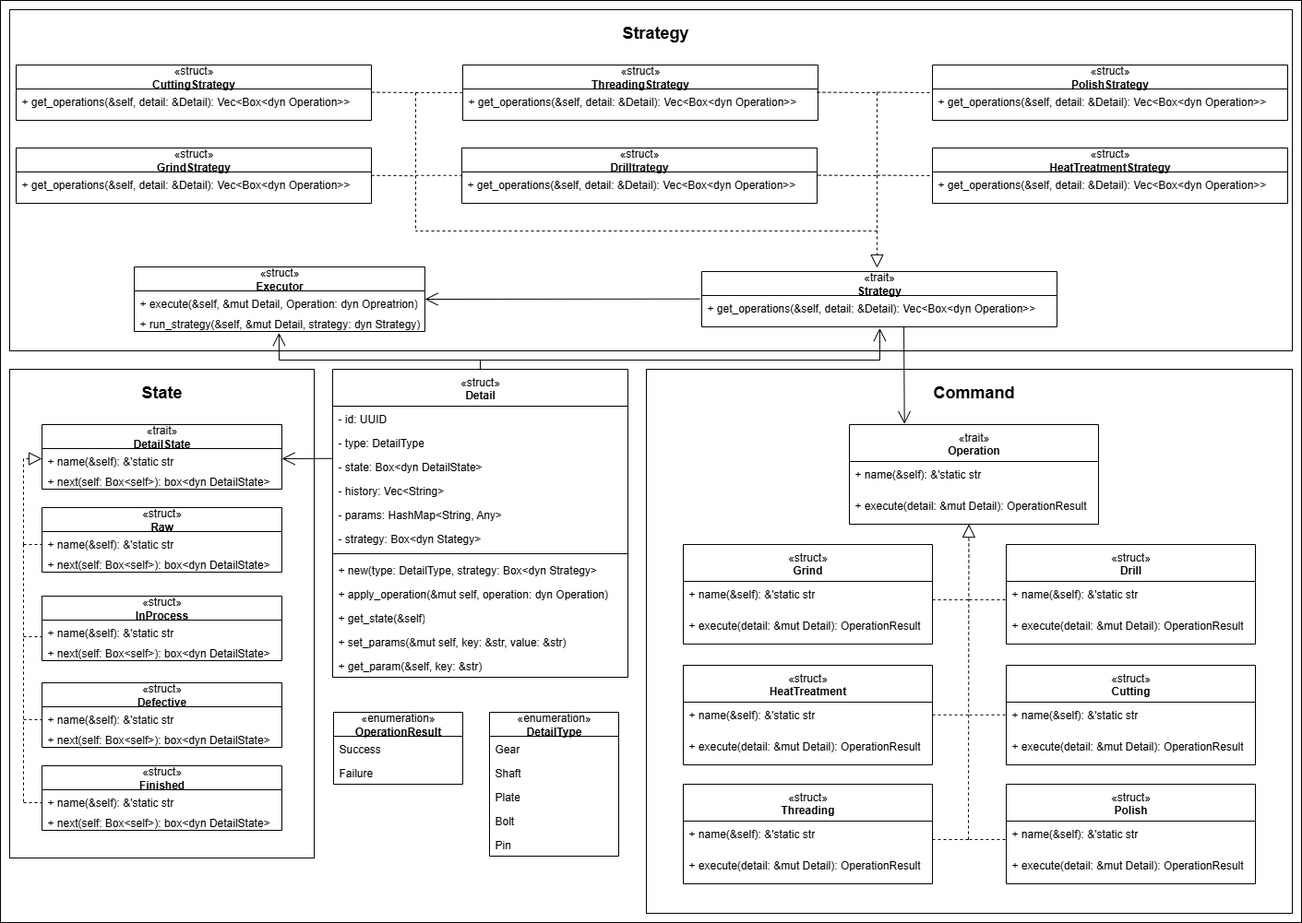
Before: docs/uml.png, a diagram exported from draw.io (SasunHuevich/lab-manufacturing-workflow). Source tidied: cells renumbered, new cells last; positions are measured from the earlier drawing's top-left corner, leaving out a move shared by most shapes.
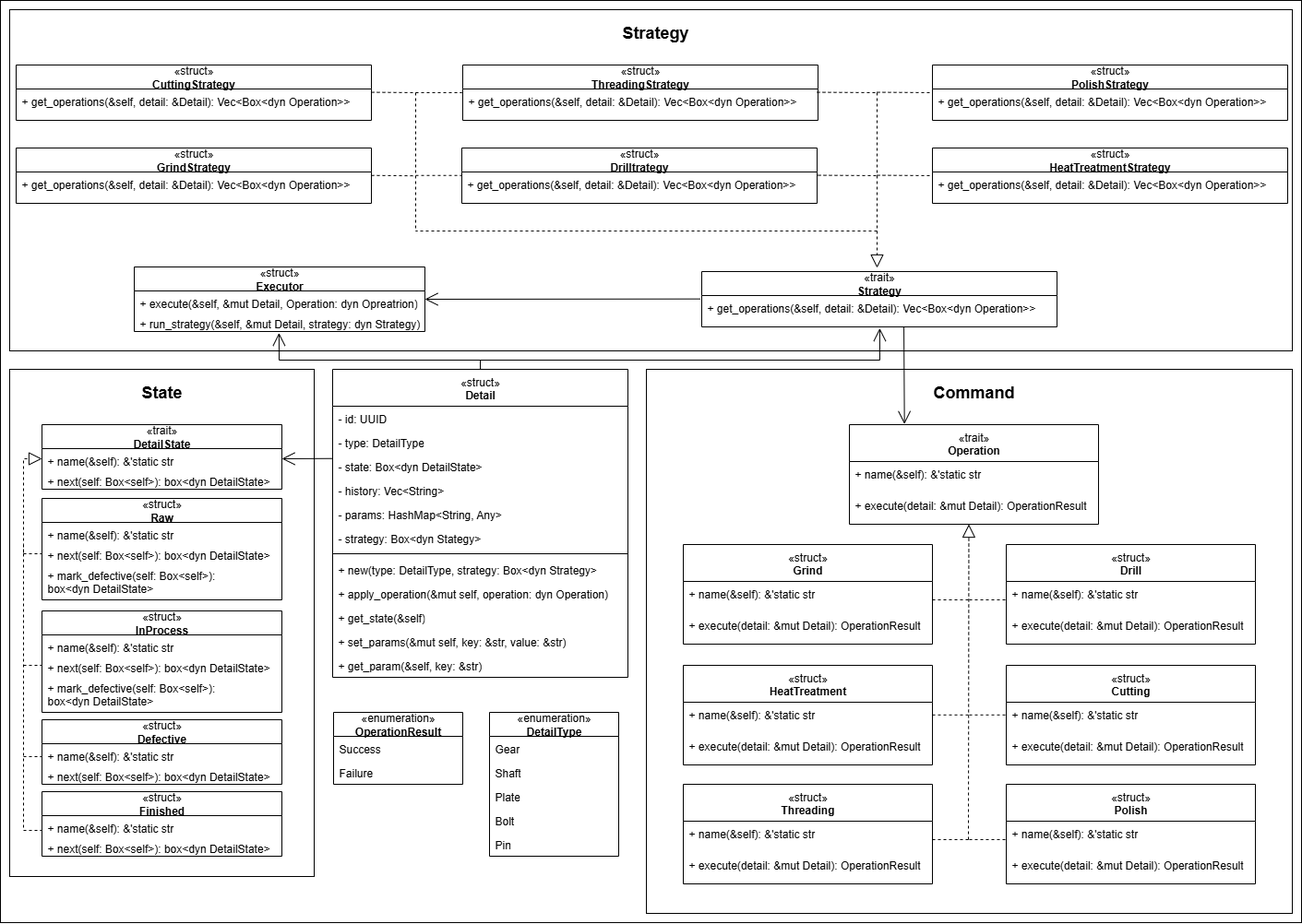
The same file after the commit.

What changed in the source:
```diff
@@ -12,7 +12,7 @@
       <mxGeometry x="700" y="400" width="700" height="590" as="geometry" />
     </mxCell>
     <mxCell id="5" style="rounded=0;whiteSpace=wrap;html=1;" parent="1" vertex="1">
-      <mxGeometry x="10" y="400" width="330" height="530" as="geometry" />
+      <mxGeometry x="10" y="400" width="330" height="550" as="geometry" />
     </mxCell>
     <mxCell id="6" value="&lt;span style=&quot;font-weight: 400;&quot;&gt;«trait»&lt;/span&gt;&lt;br style=&quot;font-weight: 400;&quot;&gt;&lt;div&gt;&lt;span style=&quot;background-color: transparent; color: light-dark(rgb(0, 0, 0), rgb(255, 255, 255));&quot;&gt;Operation&lt;/span&gt;&lt;/div&gt;" style="swimlane;fontStyle=1;align=center;verticalAlign=top;horizontal=1;startSize=40;whiteSpace=wrap;html=1;" parent="1" vertex="1">
       <mxGeometry x="920" y="460" width="270" height="108" as="geometry" />
@@ -51,7 +51,7 @@
       <mxGeometry y="130" width="140" height="26" as="geometry" />
     </mxCell>
     <mxCell id="18" value="«struct»&lt;br&gt;&lt;div&gt;&lt;b&gt;Raw&lt;/b&gt;&lt;/div&gt;" style="swimlane;fontStyle=0;horizontal=1;startSize=26;fillColor=none;whiteSpace=wrap;html=1;" parent="1" vertex="1">
-      <mxGeometry x="45" y="550" width="260" height="70" as="geometry" />
+      <mxGeometry x="45" y="540" width="260" height="110" as="geometry" />
     </mxCell>
     <mxCell id="19" value="+ name(&amp;amp;self): &amp;amp;'static str" style="text;strokeColor=none;fillColor=none;align=left;verticalAlign=top;spacingLeft=4;spacingRight=4;overflow=hidden;whiteSpace=wrap;html=1;" parent="18" vertex="1">
       <mxGeometry y="26" width="260" height="22" as="geometry" />
@@ -59,8 +59,11 @@
     <mxCell id="20" value="+ next(self: Box&amp;lt;self&amp;gt;): box&amp;lt;dyn DetailState&amp;gt;" style="text;strokeColor=none;fillColor=none;align=left;verticalAlign=top;spacingLeft=4;spacingRight=4;overflow=hidden;whiteSpace=wrap;html=1;" parent="18" vertex="1">
       <mxGeometry y="48" width="260" height="22" as="geometry" />
     </mxCell>
+    <mxCell id="113" value="+ mark_defective(self: Box&amp;lt;self&amp;gt;):&amp;nbsp;&lt;div&gt;box&amp;lt;dyn DetailState&amp;gt;&lt;/div&gt;" style="text;strokeColor=none;fillColor=none;align=left;verticalAlign=top;spacingLeft=4;spacingRight=4;overflow=hidden;whiteSpace=wrap;html=1;" parent="18" vertex="1">
+      <mxGeometry y="70" width="260" height="40" as="geometry" />
+    </mxCell>
     <mxCell id="21" value="«struct»&lt;br&gt;&lt;div&gt;&lt;b&gt;InProcess&lt;/b&gt;&lt;/div&gt;" style="swimlane;fontStyle=0;horizontal=1;startSize=26;fillColor=none;whiteSpace=wrap;html=1;" parent="1" vertex="1">
-      <mxGeometry x="45" y="646" width="260" height="70" as="geometry" />
+      <mxGeometry x="45" y="662" width="260" height="110" as="geometry" />
     </mxCell>
     <mxCell id="22" value="+ name(&amp;amp;self): &amp;amp;'static str" style="text;strokeColor=none;fillColor=none;align=left;verticalAlign=top;spacingLeft=4;spacingRight=4;overflow=hidden;whiteSpace=wrap;html=1;" parent="21" vertex="1">
       <mxGeometry y="26" width="260" height="22" as="geometry" />
@@ -68,8 +71,11 @@
     <mxCell id="23" value="+ next(self: Box&amp;lt;self&amp;gt;): box&amp;lt;dyn DetailState&amp;gt;" style="text;strokeColor=none;fillColor=none;align=left;verticalAlign=top;spacingLeft=4;spacingRight=4;overflow=hidden;whiteSpace=wrap;html=1;" parent="21" vertex="1">
       <mxGeometry y="48" width="260" height="22" as="geometry" />
     </mxCell>
+    <mxCell id="114" value="+ mark_defective(self: Box&amp;lt;self&amp;gt;):&amp;nbsp;&lt;div&gt;box&amp;lt;dyn DetailState&amp;gt;&lt;/div&gt;" style="text;strokeColor=none;fillColor=none;align=left;verticalAlign=top;spacingLeft=4;spacingRight=4;overflow=hidden;whiteSpace=wrap;html=1;" parent="21" vertex="1">
+      <mxGeometry y="70" width="260" height="40" as="geometry" />
+    </mxCell>
     <mxCell id="24" value="«struct»&lt;br&gt;&lt;div&gt;&lt;b&gt;Finished&lt;/b&gt;&lt;/div&gt;" style="swimlane;fontStyle=0;horizontal=1;startSize=26;fillColor=none;whiteSpace=wrap;html=1;" parent="1" vertex="1">
-      <mxGeometry x="45" y="830" width="260" height="70" as="geometry" />
+      <mxGeometry x="45" y="858" width="260" height="70" as="geometry" />
     </mxCell>
     <mxCell id="25" value="+ name(&amp;amp;self): &amp;amp;'static str" style="text;strokeColor=none;fillColor=none;align=left;verticalAlign=top;spacingLeft=4;spacingRight=4;overflow=hidden;whiteSpace=wrap;html=1;" parent="24" vertex="1">
       <mxGeometry y="26" width="260" height="22" as="geometry" />
@@ -78,7 +84,7 @@
       <mxGeometry y="48" width="260" height="22" as="geometry" />
     </mxCell>
     <mxCell id="27" value="«struct»&lt;br&gt;&lt;div&gt;&lt;b&gt;Defective&lt;/b&gt;&lt;/div&gt;" style="swimlane;fontStyle=0;horizontal=1;startSize=26;fillColor=none;whiteSpace=wrap;html=1;" parent="1" vertex="1">
-      <mxGeometry x="45" y="740" width="260" height="70" as="geometry" />
+      <mxGeometry x="45" y="780" width="260" height="70" as="geometry" />
     </mxCell>
     <mxCell id="28" value="+ name(&amp;amp;self): &amp;amp;'static str" style="text;strokeColor=none;fillColor=none;align=left;verticalAlign=top;spacingLeft=4;spacingRight=4;overflow=hidden;whiteSpace=wrap;html=1;" parent="27" vertex="1">
       <mxGeometry y="26" width="260" height="22" as="geometry" />
@@ -105,6 +111,7 @@
       <mxGeometry relative="1" as="geometry">
         <mxPoint x="25" y="590" as="sourcePoint" />
         <Array as="points">
+          <mxPoint x="25" y="600" />
           <mxPoint x="25" y="590" />
           <mxPoint x="25" y="497" />
         </Array>
@@ -112,32 +119,32 @@
     </mxCell>
     <mxCell id="36" style="endArrow=none;dashed=1;endFill=0;endSize=12;html=1;rounded=0;" parent="1" edge="1">
       <mxGeometry relative="1" as="geometry">
-        <mxPoint x="25" y="590" as="sourcePoint" />
-        <mxPoint x="25" y="870" as="targetPoint" />
+        <mxPoint x="25" y="600" as="sourcePoint" />
+        <mxPoint x="25" y="900" as="targetPoint" />
       </mxGeometry>
     </mxCell>
     <mxCell id="37" style="endArrow=none;dashed=1;endFill=0;endSize=12;html=1;rounded=0;entryX=0;entryY=0.5;entryDx=0;entryDy=0;" parent="1" edge="1">
       <mxGeometry relative="1" as="geometry">
-        <mxPoint x="25" y="870" as="sourcePoint" />
-        <mxPoint x="45" y="870" as="targetPoint" />
+        <mxPoint x="25" y="900" as="sourcePoint" />
+        <mxPoint x="45" y="900" as="targetPoint" />
       </mxGeometry>
     </mxCell>
     <mxCell id="38" style="endArrow=none;dashed=1;endFill=0;endSize=12;html=1;rounded=0;entryX=0;entryY=0.5;entryDx=0;entryDy=0;" parent="1" edge="1">
       <mxGeometry relative="1" as="geometry">
-        <mxPoint x="25" y="780" as="sourcePoint" />
-        <mxPoint x="45" y="780" as="targetPoint" />
+        <mxPoint x="25" y="820" as="sourcePoint" />
+        <mxPoint x="45" y="820" as="targetPoint" />
       </mxGeometry>
     </mxCell>
     <mxCell id="39" style="endArrow=none;dashed=1;endFill=0;endSize=12;html=1;rounded=0;entryX=0;entryY=0.5;entryDx=0;entryDy=0;" parent="1" edge="1">
       <mxGeometry relative="1" as="geometry">
-        <mxPoint x="25" y="690" as="sourcePoint" />
-        <mxPoint x="45" y="690" as="targetPoint" />
+        <mxPoint x="25" y="721" as="sourcePoint" />
+        <mxPoint x="45" y="721" as="targetPoint" />
       </mxGeometry>
     </mxCell>
     <mxCell id="40" style="endArrow=none;dashed=1;endFill=0;endSize=12;html=1;rounded=0;entryX=0;entryY=0.5;entryDx=0;entryDy=0;" parent="1" edge="1">
       <mxGeometry relative="1" as="geometry">
-        <mxPoint x="25" y="590" as="sourcePoint" />
-        <mxPoint x="45" y="590" as="targetPoint" />
+        <mxPoint x="25" y="600" as="sourcePoint" />
+        <mxPoint x="45" y="600" as="targetPoint" />
       </mxGeometry>
     </mxCell>
     <mxCell id="41" value="&lt;span style=&quot;font-weight: 400;&quot;&gt;«struct»&lt;/span&gt;&lt;br style=&quot;font-weight: 400;&quot;&gt;&lt;div&gt;&lt;span style=&quot;background-color: transparent; color: light-dark(rgb(0, 0, 0), rgb(255, 255, 255));&quot;&gt;Grind&lt;/span&gt;&lt;/div&gt;" style="swimlane;fontStyle=1;align=center;verticalAlign=top;horizontal=1;startSize=40;whiteSpace=wrap;html=1;" parent="1" vertex="1">
```
